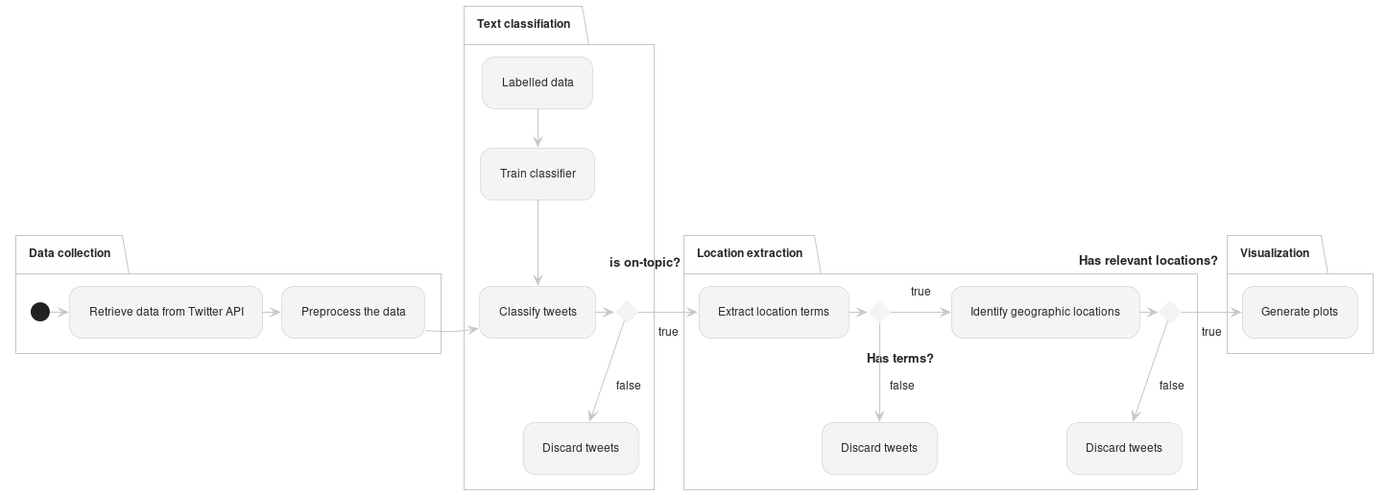
Before: report/images/pipeline.png, a diagram exported from PlantUML (YasserKa/Classification-and-visualization-of-natural-disasters-using-Twitter). The source it was exported from:
```plantuml
@startuml
!theme carbon-gray

partition "Data collection" {
  (*) -> "Retrieve data from Twitter API"
  -> "Preprocess the data"
}

partition "Text classifiation" {
  "Labelled data" --> "Train classifier"
  "Preprocess the data" -right-> "Classify tweets"
  "Train classifier" -down-> "Classify tweets"
  "Classify tweets" -right-> if ===is on-topic? then
  -down->[false] "Discard tweets" as dt1
}

partition "Location extraction" {
  else
  -right->[true] "Extract location terms"
  endif
  "Extract location terms" -right-> if ===Has terms? then
  -right->[true] "Identify geographic locations"
  else
  -down->[false] "Discard tweets" as dt2
  endif
  "Identify geographic locations" -right-> if ===Has relevant locations? then
  -down->[false] "Discard tweets" as dt3
}

partition "Visualization" {
  else
  -right->[true] "Generate plots"
  endif
}
@enduml
```
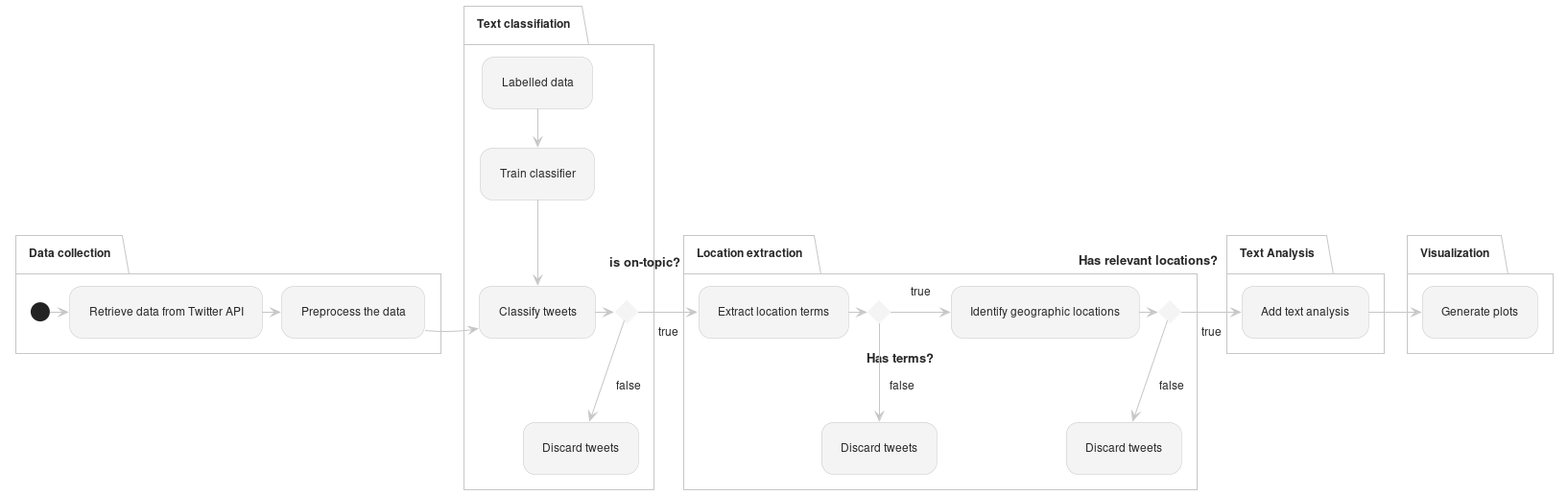
After the commit.

Commit message:
feat(report): add text analysis subsection under methods section

The edit, as a diff of the source:
```diff
@@ -27,9 +27,13 @@
   -down->[false] "Discard tweets" as dt3
 }
 
-partition "Visualization" {
+partition "Text Analysis" {
   else
-  -right->[true] "Generate plots"
+    -right->[true] "Add text analysis"
   endif
 }
+
+partition "Visualization" {
+  -right-> "Generate plots"
+}
 @enduml
```
